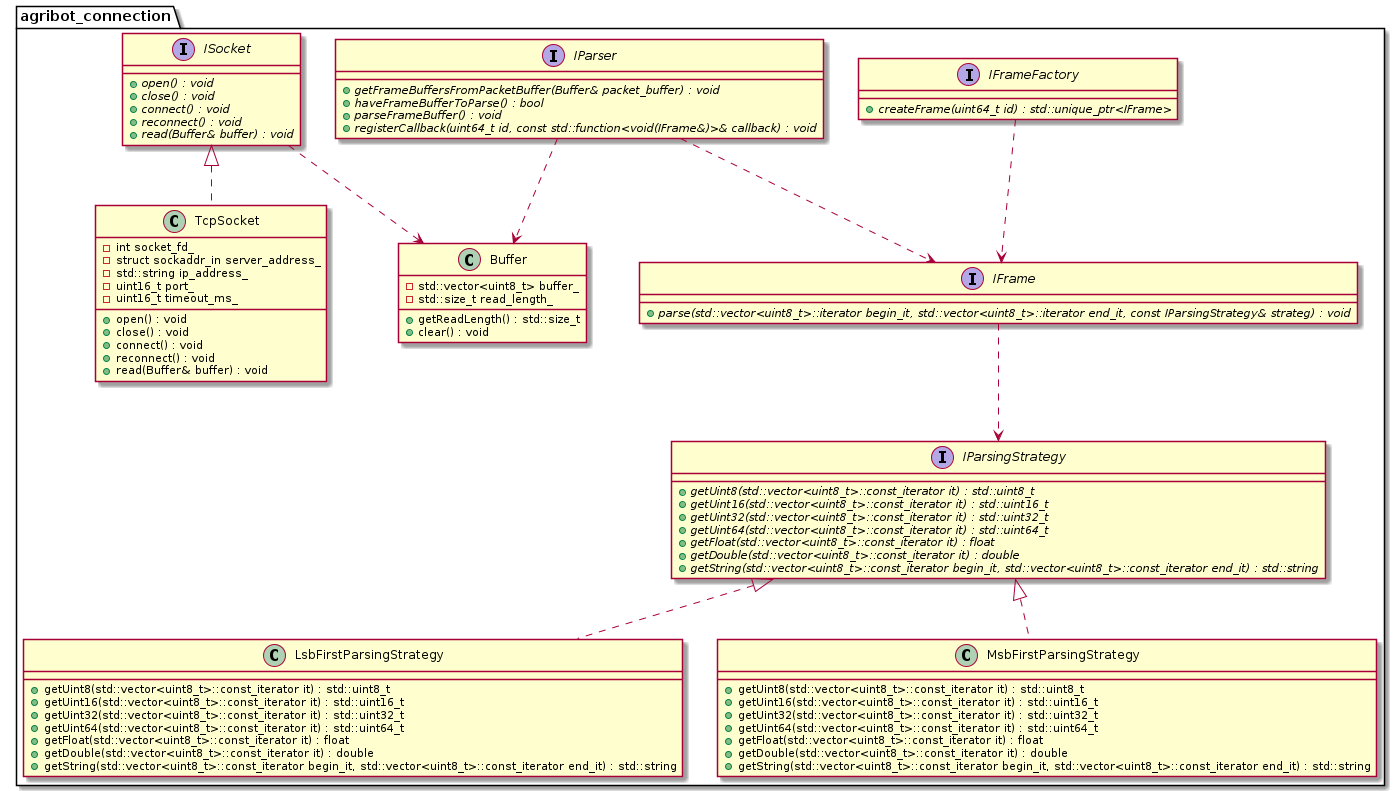
agribot-2-0/agribot_common keeps this PlantUML diagram as doc/class_diagram/agribot_connection.png. Above is the earlier version. Its diagram source:
```plantuml
@startuml agribot_connection

namespace agribot_connection {

  interface IFrame
  {
    + {abstract} parse(std::vector<uint8_t>::iterator begin_it, std::vector<uint8_t>::iterator end_it, const IParsingStrategy& strateg) : void
  }

  interface IFrameFactory
  {
    + {abstract} createFrame(uint64_t id) : std::unique_ptr<IFrame>
  }

  interface IParser
  {
    + {abstract} getFrameBuffersFromPacketBuffer(Buffer& packet_buffer) : void
    + {abstract} haveFrameBufferToParse() : bool
    + {abstract} parseFrameBuffer() : void
    + {abstract} registerCallback(uint64_t id, const std::function<void(IFrame&)>& callback) : void
  }

  interface IParsingStrategy
  {
    + {abstract} getUint8(std::vector<uint8_t>::const_iterator it) : std::uint8_t
    + {abstract} getUint16(std::vector<uint8_t>::const_iterator it) : std::uint16_t
    + {abstract} getUint32(std::vector<uint8_t>::const_iterator it) : std::uint32_t
    + {abstract} getUint64(std::vector<uint8_t>::const_iterator it) : std::uint64_t
    + {abstract} getFloat(std::vector<uint8_t>::const_iterator it) : float
    + {abstract} getDouble(std::vector<uint8_t>::const_iterator it) : double
    + {abstract} getString(std::vector<uint8_t>::const_iterator begin_it, std::vector<uint8_t>::const_iterator end_it) : std::string
  }

  interface ISocket
  {
    + {abstract} open() : void
    + {abstract} close() : void
    + {abstract} connect() : void
    + {abstract} reconnect() : void
    + {abstract} read(Buffer& buffer) : void
  }

  class Buffer
  {
    + getReadLength() : std::size_t
    + clear() : void
    - std::vector<uint8_t> buffer_
    - std::size_t read_length_
  }

  class LsbFirstParsingStrategy
  {
    + getUint8(std::vector<uint8_t>::const_iterator it) : std::uint8_t
    + getUint16(std::vector<uint8_t>::const_iterator it) : std::uint16_t
    + getUint32(std::vector<uint8_t>::const_iterator it) : std::uint32_t
    + getUint64(std::vector<uint8_t>::const_iterator it) : std::uint64_t
    + getFloat(std::vector<uint8_t>::const_iterator it) : float
    + getDouble(std::vector<uint8_t>::const_iterator it) : double
    + getString(std::vector<uint8_t>::const_iterator begin_it, std::vector<uint8_t>::const_iterator end_it) : std::string
  }

  class MsbFirstParsingStrategy
  {
    + getUint8(std::vector<uint8_t>::const_iterator it) : std::uint8_t
    + getUint16(std::vector<uint8_t>::const_iterator it) : std::uint16_t
    + getUint32(std::vector<uint8_t>::const_iterator it) : std::uint32_t
    + getUint64(std::vector<uint8_t>::const_iterator it) : std::uint64_t
    + getFloat(std::vector<uint8_t>::const_iterator it) : float
    + getDouble(std::vector<uint8_t>::const_iterator it) : double
    + getString(std::vector<uint8_t>::const_iterator begin_it, std::vector<uint8_t>::const_iterator end_it) : std::string
  }

  class TcpSocket
  {
    + open() : void
    + close() : void
    + connect() : void
    + reconnect() : void
    + read(Buffer& buffer) : void
    - int socket_fd_
    - struct sockaddr_in server_address_
    - std::string ip_address_
    - uint16_t port_
    - uint16_t timeout_ms_
  }

  class LsbFirstParsingStrategy implements IParsingStrategy
  class MsbFirstParsingStrategy implements IParsingStrategy
  class TcpSocket implements ISocket

  ISocket ..> Buffer
  IParser ..> Buffer
  IParser ..> IFrame
  IFrameFactory ..> IFrame
  IFrame ..> IParsingStrategy
}

@enduml
```
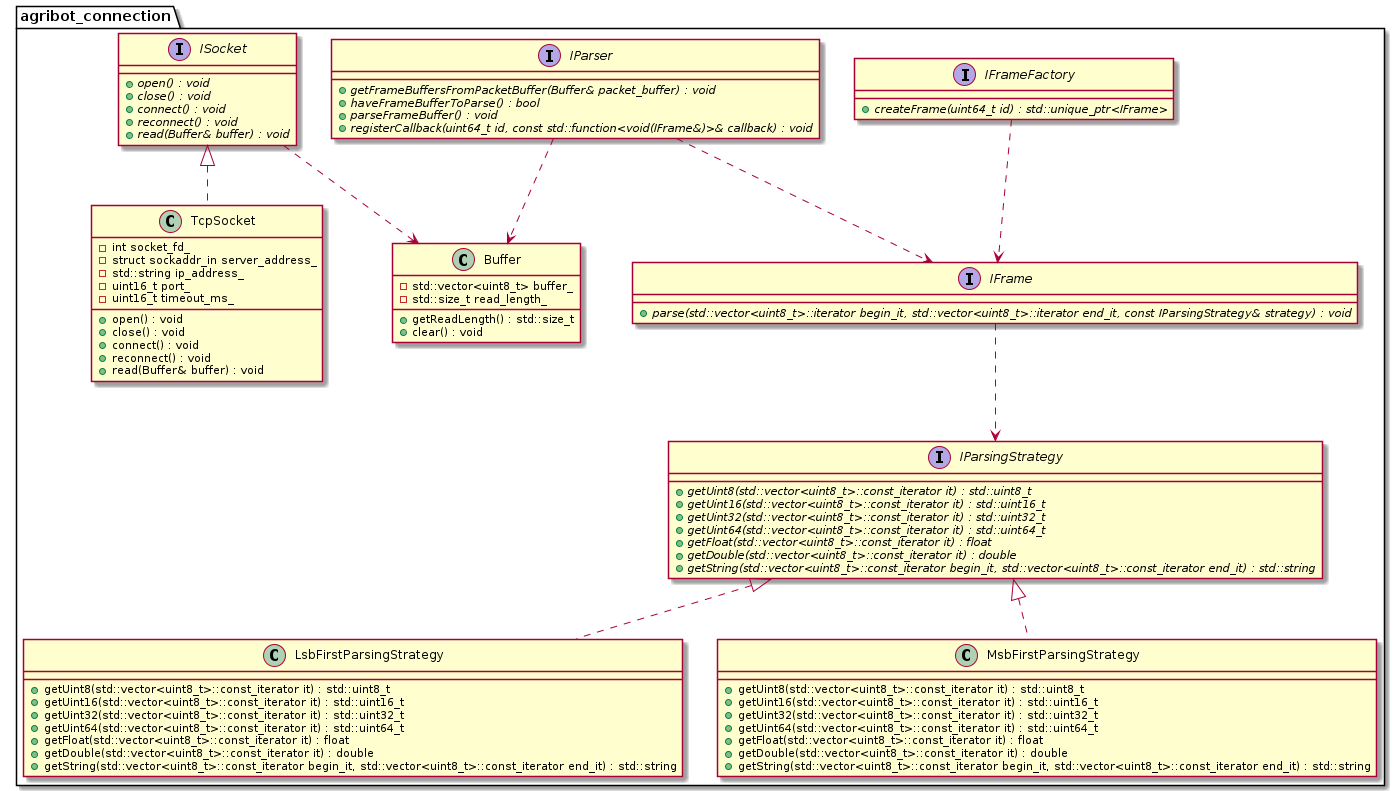
Above is the later version.

Commit message:
Fix typo in class_diagram

The edit, as a diff of the source:
```diff
@@ -4,7 +4,7 @@
 
   interface IFrame
   {
-    + {abstract} parse(std::vector<uint8_t>::iterator begin_it, std::vector<uint8_t>::iterator end_it, const IParsingStrategy& strateg) : void
+    + {abstract} parse(std::vector<uint8_t>::iterator begin_it, std::vector<uint8_t>::iterator end_it, const IParsingStrategy& strategy) : void
   }
 
   interface IFrameFactory
```
